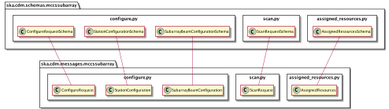
Before: docs/src/developer/schema_mccssubarray.png, a diagram exported from PlantUML (ska-telescope/cdm-shared-library). Source of this version:
```plantuml
@startuml
scale 2000 width
!pragma useNewPackage
hide empty members

package ska.cdm.messages.mccssubarray {
    package configure.py <<Rectangle>> {
        class ConfigureRequest
        class StationConfiguration
        class SubarrayBeamConfiguration
    }

    package scan.py <<Rectangle>> {
        class ScanRequest
    }

    package assigned_resources.py <<Rectangle>> {
        class AssignedResources
    }
}

package ska.cdm.schemas.mccssubarray {
	package configure.py <<Rectangle>> {
        class ConfigureRequestSchema
        class StationConfigurationSchema
        class SubarrayBeamConfigurationSchema
	}

	package scan.py <<Rectangle>> {
		class ScanRequestSchema
	}

	package assigned_resources.py <<Rectangle>> {
		class AssignedResourcesSchema
	}
}

ScanRequestSchema --- ScanRequest

StationConfigurationSchema --- StationConfiguration
SubarrayBeamConfigurationSchema --- SubarrayBeamConfiguration
ConfigureRequestSchema --- ConfigureRequest
AssignedResourcesSchema --- AssignedResources

@enduml
```
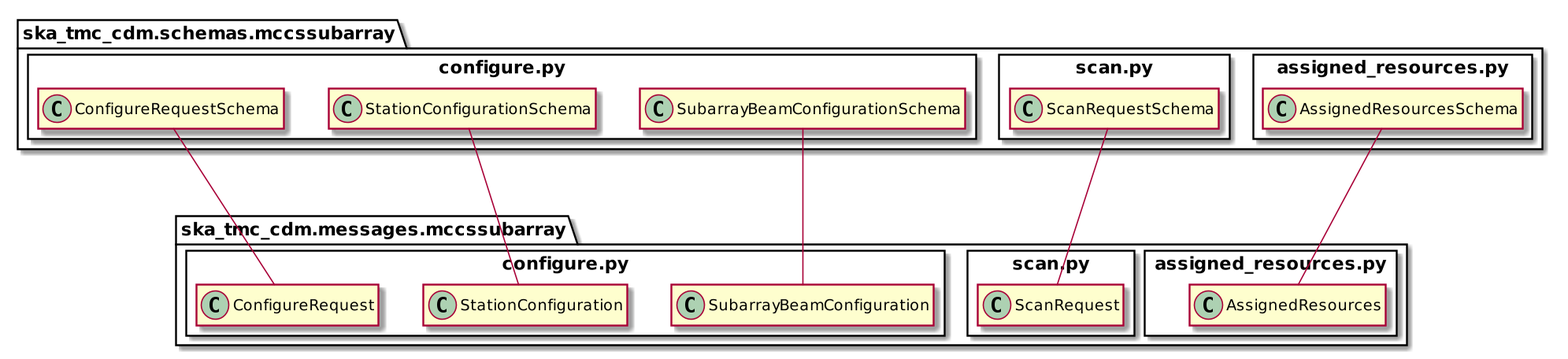
The same diagram one commit later.

What changed in the source:
```diff
@@ -3,7 +3,7 @@
 !pragma useNewPackage
 hide empty members
 
-package ska.cdm.messages.mccssubarray {
+package ska_tmc_cdm.messages.mccssubarray {
     package configure.py <<Rectangle>> {
         class ConfigureRequest
         class StationConfiguration
@@ -19,7 +19,7 @@
     }
 }
 
-package ska.cdm.schemas.mccssubarray {
+package ska_tmc_cdm.schemas.mccssubarray {
 	package configure.py <<Rectangle>> {
         class ConfigureRequestSchema
         class StationConfigurationSchema
```
